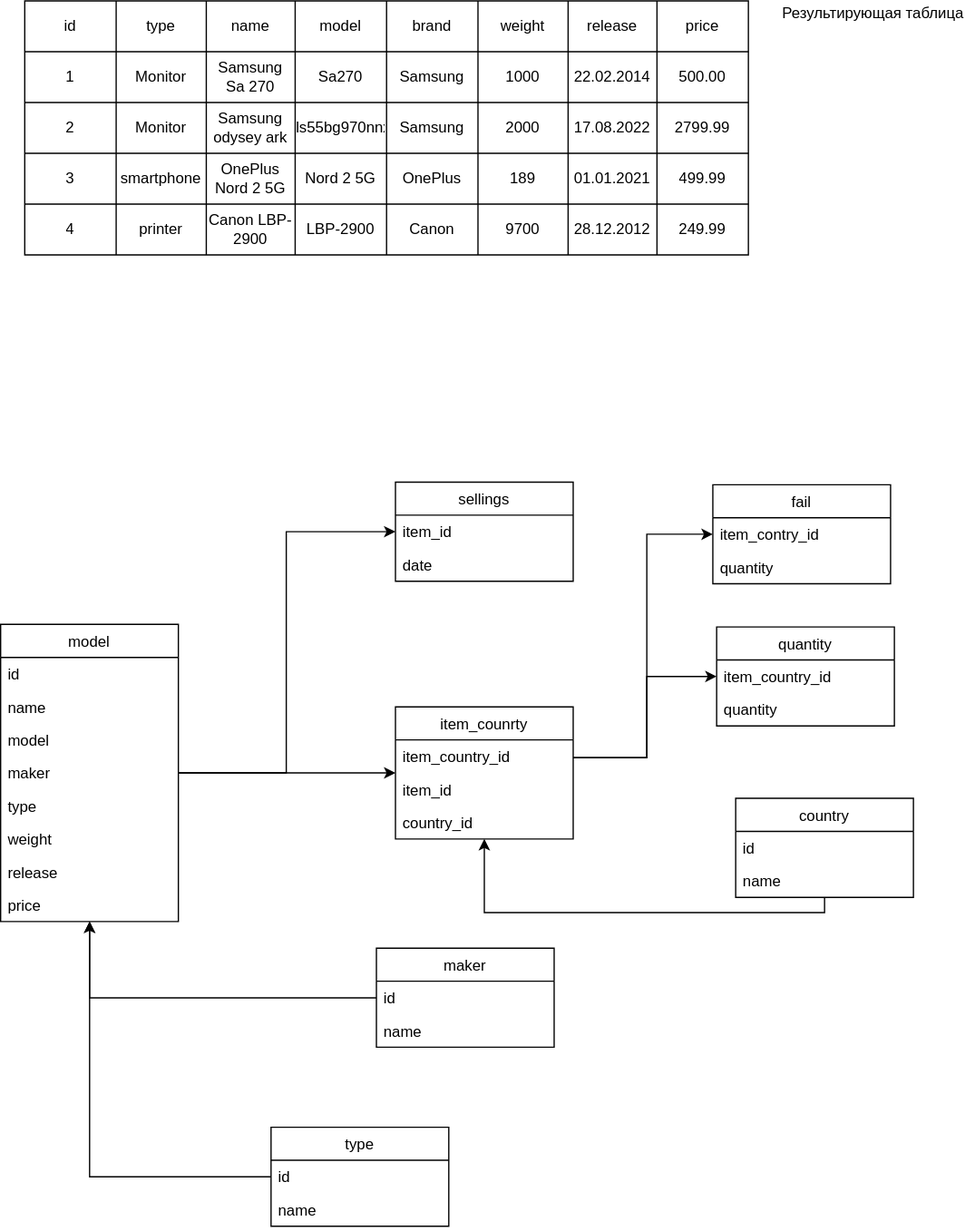
Before: resources/UML.drawio.svg, a diagram exported from draw.io (Plasmat1x/CourseProjectCS). Source tidied: cells renumbered, new cells last; positions are measured from the earlier drawing's top-left corner, leaving out a move shared by most shapes.
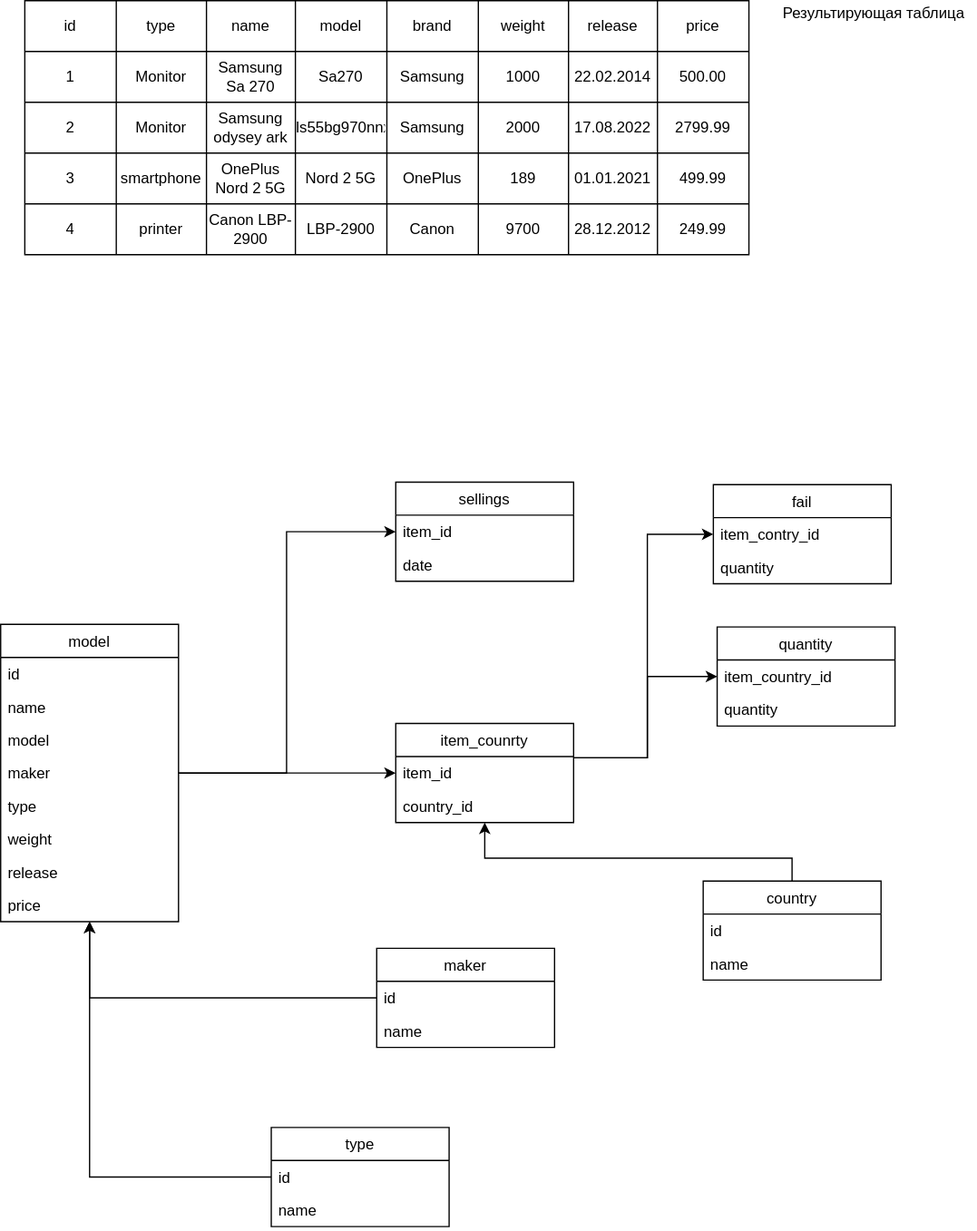
The same diagram one commit later.

Change to the diagram source:
```diff
@@ -222,27 +222,24 @@
       </mxGeometry>
     </mxCell>
     <mxCell id="70" value="item_counrty" style="swimlane;fontStyle=0;horizontal=1;startSize=26;fillColor=none;" parent="1" vertex="1">
-      <mxGeometry x="311" y="556" width="140" height="104" as="geometry" />
+      <mxGeometry x="311" y="569" width="140" height="78" as="geometry" />
     </mxCell>
-    <mxCell id="71" value="item_country_id" style="text;strokeColor=none;fillColor=none;align=left;verticalAlign=top;spacingLeft=4;spacingRight=4;overflow=hidden;" parent="70" vertex="1">
-      <mxGeometry y="26" width="140" height="26" as="geometry" />
-    </mxCell>
     <mxCell id="72" value="item_id" style="text;strokeColor=none;fillColor=none;align=left;verticalAlign=top;spacingLeft=4;spacingRight=4;overflow=hidden;" parent="70" vertex="1">
-      <mxGeometry y="52" width="140" height="26" as="geometry" />
+      <mxGeometry y="26" width="140" height="26" as="geometry" />
     </mxCell>
     <mxCell id="73" value="country_id" style="text;strokeColor=none;fillColor=none;align=left;verticalAlign=top;spacingLeft=4;spacingRight=4;overflow=hidden;" parent="70" vertex="1">
-      <mxGeometry y="78" width="140" height="26" as="geometry" />
+      <mxGeometry y="52" width="140" height="26" as="geometry" />
     </mxCell>
     <mxCell id="74" style="edgeStyle=orthogonalEdgeStyle;rounded=0;html=1;" parent="1" edge="1" source="75" target="70">
       <mxGeometry relative="1" as="geometry">
         <Array as="points">
-          <mxPoint x="649" y="718" />
-          <mxPoint x="381" y="718" />
+          <mxPoint x="623" y="675" />
+          <mxPoint x="381" y="675" />
         </Array>
       </mxGeometry>
     </mxCell>
     <mxCell id="75" value="country" style="swimlane;fontStyle=0;horizontal=1;startSize=26;fillColor=none;" parent="1" vertex="1">
-      <mxGeometry x="579" y="628" width="140" height="78" as="geometry" />
+      <mxGeometry x="553" y="693" width="140" height="78" as="geometry" />
     </mxCell>
     <mxCell id="76" value="id" style="text;strokeColor=none;fillColor=none;align=left;verticalAlign=top;spacingLeft=4;spacingRight=4;overflow=hidden;" parent="75" vertex="1">
       <mxGeometry y="26" width="140" height="26" as="geometry" />
```
